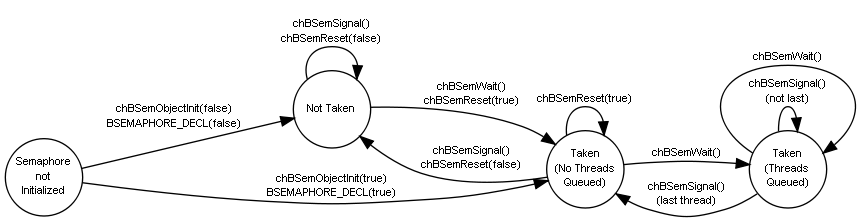
Earlier version of the Graphviz export book/bsem_states.png (ArduPilot/ChibiOS.svn). Its source is kept beside it as book/bsem_states.dot. Its diagram source:
```dot
  digraph example {
    rankdir="LR";

    node [shape=circle, fontname=Sans Serif, fontsize=8, fixedsize="true", width="0.8", height="0.8"];
    edge [fontname=Sans Serif, fontsize=8];

    init [label="Semaphore\nnot\nInitialized"];
    ntaken [label="Not Taken"];
    taken [label="Taken\n(No Threads\nQueued)"];
    qtaken [label="Taken\n(Threads\nQueued)"];

    init -> ntaken [label="\nchBSemObjectInit(false)\nBSEMAPHORE_DECL(false)"];
    init -> taken [label="\nchBSemObjectInit(true)\nBSEMAPHORE_DECL(true)"];
    ntaken -> taken [label="\nchBSemWait()\nchBSemReset(true)"];
    taken -> qtaken [label="\nchBSemWait()"];
    qtaken -> qtaken [label="\nchBSemSignal()\n(not last)"];
    qtaken -> qtaken [label="\nchBSemWait()"];
    qtaken -> taken [label="\nchBSemSignal()\n(last thread)"];
    taken -> ntaken [label="\nchBSemSignal()\nchBSemReset(false)"];
    ntaken -> ntaken [label="\nchBSemSignal()\nchBSemReset(false)"];
    taken -> taken [label="\nchBSemReset(true)"];
  }
```
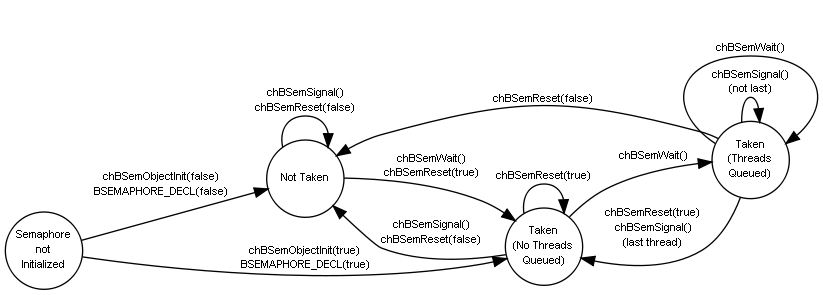
After the change.

Commit message:
git-svn-id: svn+ssh://svn.osdn.net/svnroot/chibios/branches/artwork@7277 27425a3e-05d8-49a3-a47f-9c15f0e5edd8

What changed in the source:
```diff
@@ -1,5 +1,6 @@
   digraph example {
     rankdir="LR";
+    ranksep=0.2;
 
     node [shape=circle, fontname=Sans Serif, fontsize=8, fixedsize="true", width="0.8", height="0.8"];
     edge [fontname=Sans Serif, fontsize=8];
@@ -15,8 +16,9 @@
     taken -> qtaken [label="\nchBSemWait()"];
     qtaken -> qtaken [label="\nchBSemSignal()\n(not last)"];
     qtaken -> qtaken [label="\nchBSemWait()"];
-    qtaken -> taken [label="\nchBSemSignal()\n(last thread)"];
+    qtaken -> taken [label="\nchBSemReset(true)\nchBSemSignal()\n(last thread)"];
     taken -> ntaken [label="\nchBSemSignal()\nchBSemReset(false)"];
     ntaken -> ntaken [label="\nchBSemSignal()\nchBSemReset(false)"];
+    qtaken -> ntaken [label="\nchBSemReset(false)"];
     taken -> taken [label="\nchBSemReset(true)"];
   }
```
